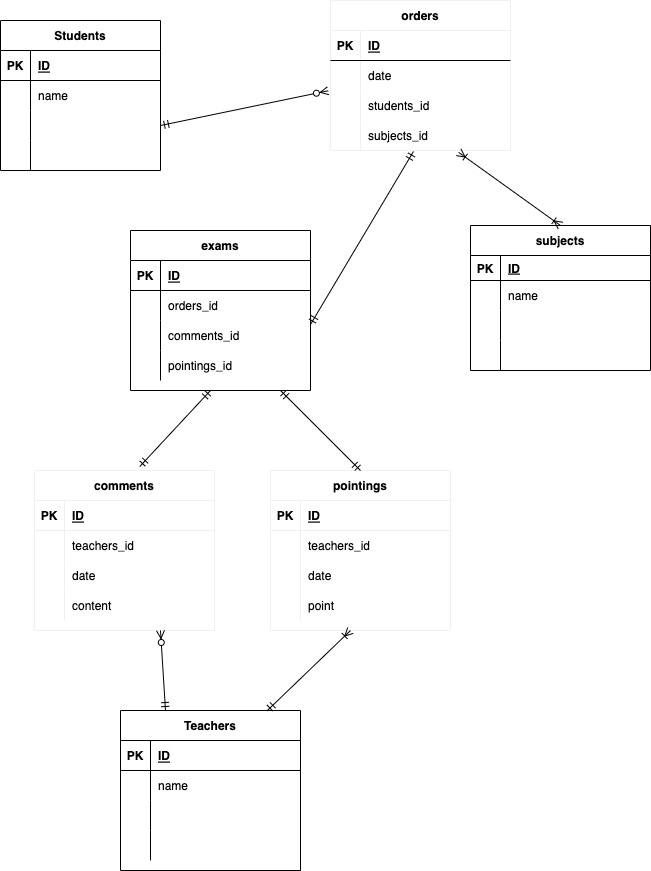
The draw.io diagram practice.drawio.png in Yokovzjhd2/databaseensyuu, before a commit. Source tidied: cells renumbered, new cells last; positions are measured from the earlier drawing's top-left corner, leaving out a move shared by most shapes.
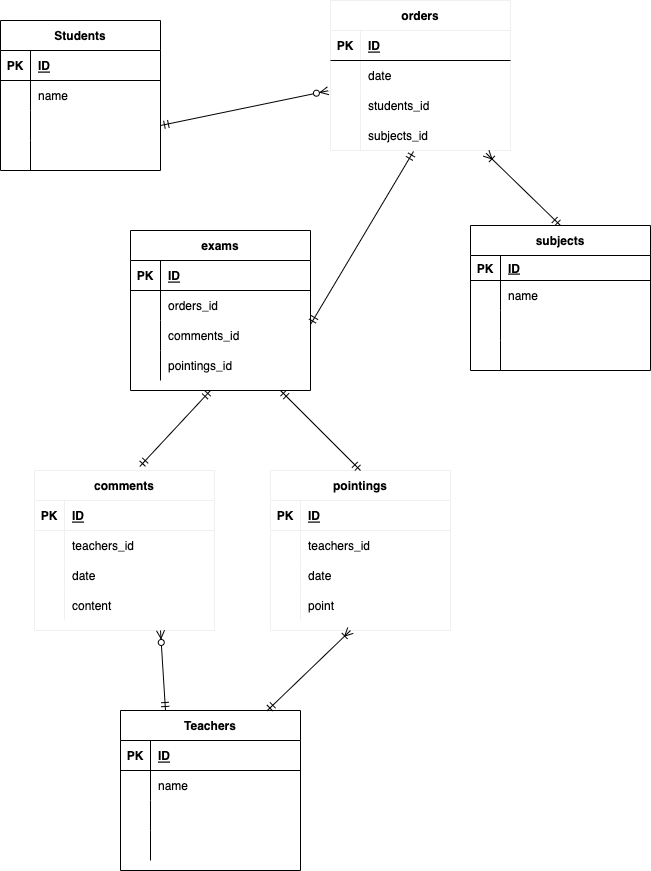
Later version of the same file.

What changed in the source:
```diff
@@ -301,8 +301,8 @@
     <mxCell id="98" style="shape=partialRectangle;fillColor=none;top=0;left=0;bottom=0;right=0;align=left;spacingLeft=6;overflow=hidden;" parent="96" vertex="1">
       <mxGeometry x="30" width="150" height="30" as="geometry" />
     </mxCell>
-    <mxCell id="99" style="fontSize=12;html=1;endArrow=ERoneToMany;startArrow=ERoneToMany;entryX=0.5;entryY=0;entryDx=0;entryDy=0;exitX=0.712;exitY=1.062;exitDx=0;exitDy=0;exitPerimeter=0;" parent="1" edge="1" source="38" target="86">
-      <mxGeometry relative="1" as="geometry" />
-    </mxCell>
+    <mxCell id="100" style="fontSize=12;html=1;endArrow=ERoneToMany;startArrow=ERmandOne;entryX=0.865;entryY=1.094;entryDx=0;entryDy=0;entryPerimeter=0;exitX=0.5;exitY=0;exitDx=0;exitDy=0;" parent="1" edge="1" source="86" target="38">
+      <mxGeometry relative="1" as="geometry" />
+    </mxCell>
   </root>
 </mxGraphModel>
```
